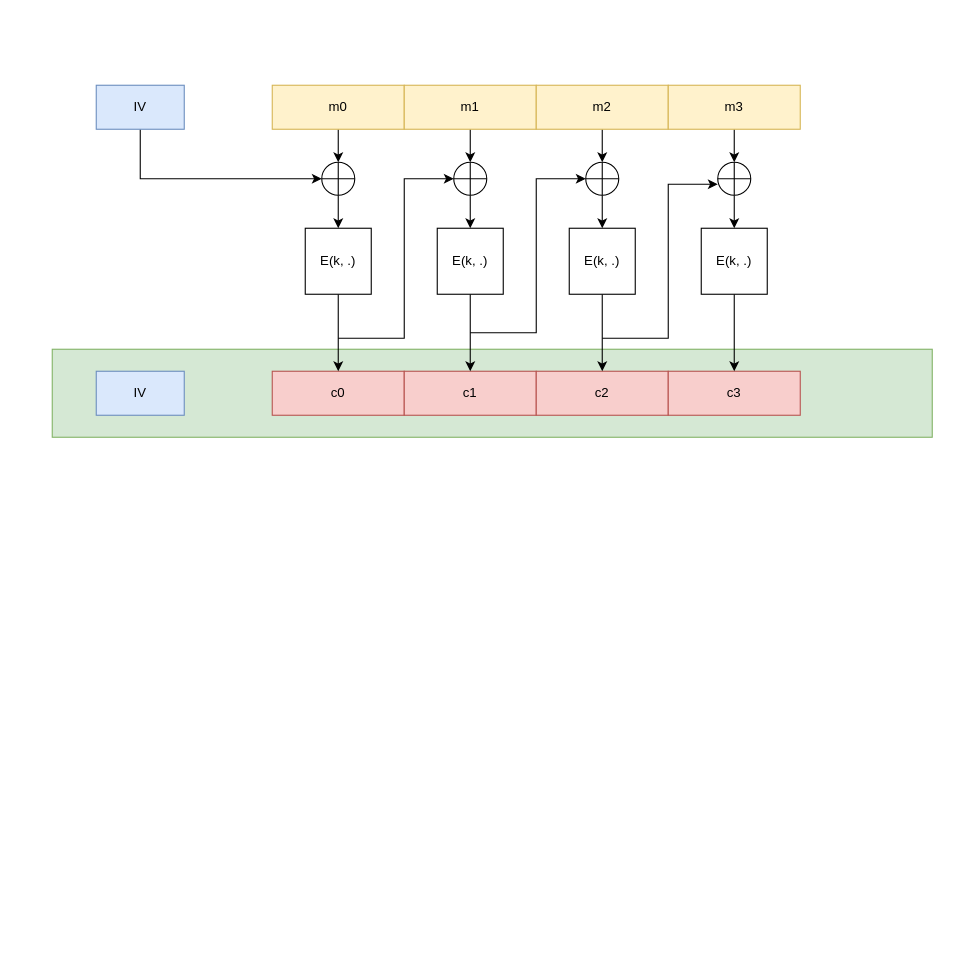
The draw.io diagram CBC-Random-IV.drawio in da0p/diagram-notes, before the edit. Source tidied: cells renumbered, new cells numbered last; positions are measured from the earlier drawing's top-left corner, leaving out a move shared by most shapes. Both pictures are drawn from the tidied source at 110%, with x=0, y=0 at pixel (52, 85).
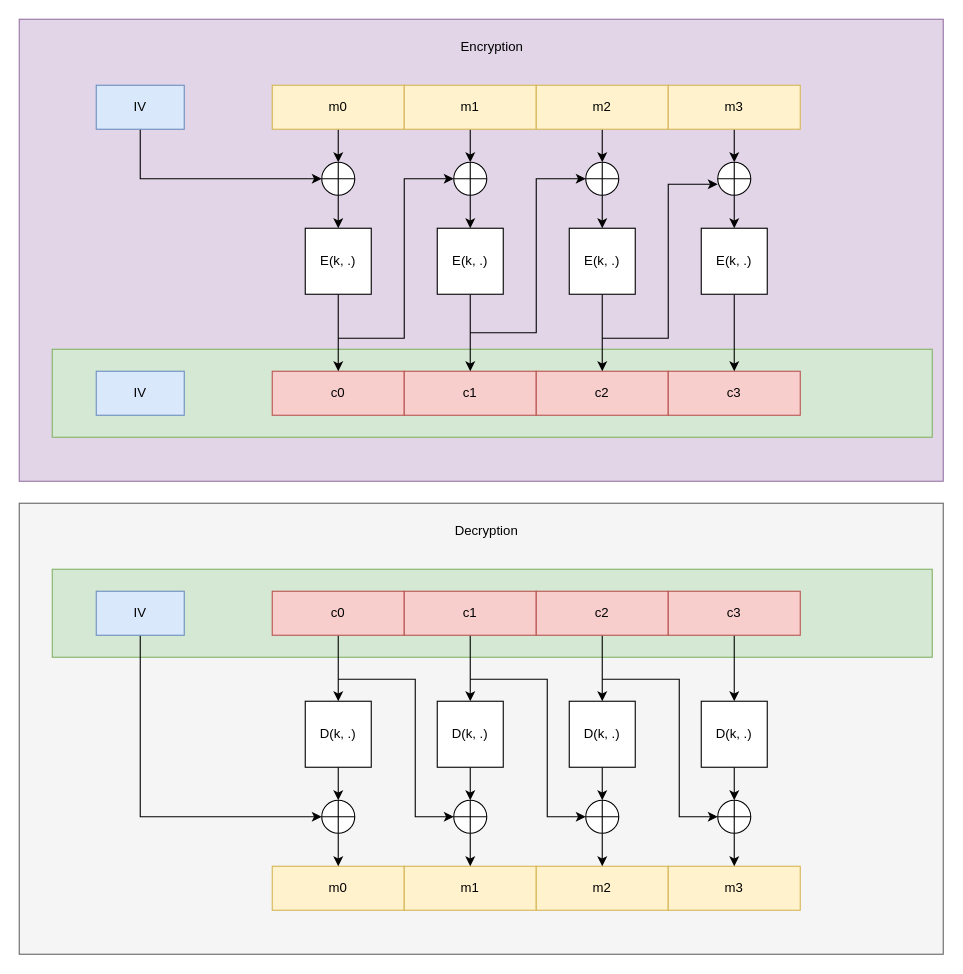
The same page after the edit.

Diff of the diagram source:
```diff
@@
+    <mxCell id="37" style="text;html=1;align=center;verticalAlign=middle;whiteSpace=wrap;rounded=0;fillColor=#e1d5e7;strokeColor=#9673a6;" parent="1" vertex="1">
+      <mxGeometry x="-30" y="-60" width="840" height="420" as="geometry" />
+    </mxCell>
+    <mxCell id="38" style="text;html=1;align=center;verticalAlign=middle;whiteSpace=wrap;rounded=0;fillColor=#f5f5f5;strokeColor=#666666;fontColor=#333333;" parent="1" vertex="1">
+      <mxGeometry x="-30" y="380" width="840" height="410" as="geometry" />
+    </mxCell>
@@
+    <mxCell id="39" value="m0" style="rounded=0;whiteSpace=wrap;html=1;fillColor=#fff2cc;strokeColor=#d6b656;" parent="1" vertex="1">
+      <mxGeometry x="200" y="710" width="120" height="40" as="geometry" />
+    </mxCell>
+    <mxCell id="40" value="m1" style="rounded=0;whiteSpace=wrap;html=1;fillColor=#fff2cc;strokeColor=#d6b656;" parent="1" vertex="1">
+      <mxGeometry x="320" y="710" width="120" height="40" as="geometry" />
+    </mxCell>
+    <mxCell id="41" value="m2" style="rounded=0;whiteSpace=wrap;html=1;fillColor=#fff2cc;strokeColor=#d6b656;" parent="1" vertex="1">
+      <mxGeometry x="440" y="710" width="120" height="40" as="geometry" />
+    </mxCell>
+    <mxCell id="42" value="m3" style="rounded=0;whiteSpace=wrap;html=1;fillColor=#fff2cc;strokeColor=#d6b656;" parent="1" vertex="1">
+      <mxGeometry x="560" y="710" width="120" height="40" as="geometry" />
+    </mxCell>
+    <mxCell id="43" style="rounded=0;whiteSpace=wrap;html=1;fillColor=#d5e8d4;strokeColor=#82b366;" parent="1" vertex="1">
+      <mxGeometry y="440" width="800" height="80" as="geometry" />
+    </mxCell>
+    <mxCell id="44" style="edgeStyle=orthogonalEdgeStyle;rounded=0;jettySize=auto;html=1;entryX=0;entryY=0.5;entryDx=0;entryDy=0;" parent="1" edge="1" source="45" target="63">
+      <mxGeometry relative="1" as="geometry">
+        <Array as="points">
+          <mxPoint x="80" y="665" />
+        </Array>
+      </mxGeometry>
+    </mxCell>
+    <mxCell id="45" value="IV" style="rounded=0;whiteSpace=wrap;html=1;fillColor=#dae8fc;strokeColor=#6c8ebf;" parent="1" vertex="1">
+      <mxGeometry x="40" y="460" width="80" height="40" as="geometry" />
+    </mxCell>
+    <mxCell id="46" style="edgeStyle=orthogonalEdgeStyle;rounded=0;jettySize=auto;html=1;" parent="1" edge="1" source="47" target="55">
+      <mxGeometry relative="1" as="geometry" />
+    </mxCell>
+    <mxCell id="47" value="c0" style="rounded=0;whiteSpace=wrap;html=1;fillColor=#f8cecc;strokeColor=#b85450;" parent="1" vertex="1">
+      <mxGeometry x="200" y="460" width="120" height="40" as="geometry" />
+    </mxCell>
+    <mxCell id="48" style="edgeStyle=orthogonalEdgeStyle;rounded=0;jettySize=auto;html=1;" parent="1" edge="1" source="49" target="57">
+      <mxGeometry relative="1" as="geometry" />
+    </mxCell>
+    <mxCell id="49" value="c1" style="rounded=0;whiteSpace=wrap;html=1;fillColor=#f8cecc;strokeColor=#b85450;" parent="1" vertex="1">
+      <mxGeometry x="320" y="460" width="120" height="40" as="geometry" />
+    </mxCell>
+    <mxCell id="50" style="edgeStyle=orthogonalEdgeStyle;rounded=0;jettySize=auto;html=1;" parent="1" edge="1" source="51" target="59">
+      <mxGeometry relative="1" as="geometry" />
+    </mxCell>
+    <mxCell id="51" value="c2" style="rounded=0;whiteSpace=wrap;html=1;fillColor=#f8cecc;strokeColor=#b85450;" parent="1" vertex="1">
+      <mxGeometry x="440" y="460" width="120" height="40" as="geometry" />
+    </mxCell>
+    <mxCell id="52" style="edgeStyle=orthogonalEdgeStyle;rounded=0;jettySize=auto;html=1;" parent="1" edge="1" source="53" target="61">
+      <mxGeometry relative="1" as="geometry" />
+    </mxCell>
+    <mxCell id="53" value="c3" style="rounded=0;whiteSpace=wrap;html=1;fillColor=#f8cecc;strokeColor=#b85450;" parent="1" vertex="1">
+      <mxGeometry x="560" y="460" width="120" height="40" as="geometry" />
+    </mxCell>
+    <mxCell id="54" style="edgeStyle=orthogonalEdgeStyle;rounded=0;jettySize=auto;html=1;" parent="1" edge="1" source="55" target="63">
+      <mxGeometry relative="1" as="geometry" />
+    </mxCell>
+    <mxCell id="55" value="D(k, .)" style="rounded=0;whiteSpace=wrap;html=1;" parent="1" vertex="1">
+      <mxGeometry x="230" y="560" width="60" height="60" as="geometry" />
+    </mxCell>
+    <mxCell id="56" style="edgeStyle=orthogonalEdgeStyle;rounded=0;jettySize=auto;html=1;" parent="1" edge="1" source="57" target="65">
+      <mxGeometry relative="1" as="geometry" />
+    </mxCell>
+    <mxCell id="57" value="D(k, .)" style="rounded=0;whiteSpace=wrap;html=1;" parent="1" vertex="1">
+      <mxGeometry x="350" y="560" width="60" height="60" as="geometry" />
+    </mxCell>
+    <mxCell id="58" style="edgeStyle=orthogonalEdgeStyle;rounded=0;jettySize=auto;html=1;" parent="1" edge="1" source="59" target="67">
+      <mxGeometry relative="1" as="geometry" />
+    </mxCell>
+    <mxCell id="59" value="D(k, .)" style="rounded=0;whiteSpace=wrap;html=1;" parent="1" vertex="1">
+      <mxGeometry x="470" y="560" width="60" height="60" as="geometry" />
+    </mxCell>
+    <mxCell id="60" style="edgeStyle=orthogonalEdgeStyle;rounded=0;jettySize=auto;html=1;" parent="1" edge="1" source="61" target="69">
+      <mxGeometry relative="1" as="geometry" />
+    </mxCell>
+    <mxCell id="61" value="D(k, .)" style="rounded=0;whiteSpace=wrap;html=1;" parent="1" vertex="1">
+      <mxGeometry x="590" y="560" width="60" height="60" as="geometry" />
+    </mxCell>
+    <mxCell id="62" style="edgeStyle=orthogonalEdgeStyle;rounded=0;jettySize=auto;html=1;" parent="1" edge="1" source="63" target="39">
+      <mxGeometry relative="1" as="geometry" />
+    </mxCell>
+    <mxCell id="63" style="shape=orEllipse;perimeter=ellipsePerimeter;whiteSpace=wrap;html=1;backgroundOutline=1;" parent="1" vertex="1">
+      <mxGeometry x="245" y="650" width="30" height="30" as="geometry" />
+    </mxCell>
+    <mxCell id="64" style="edgeStyle=orthogonalEdgeStyle;rounded=0;jettySize=auto;html=1;" parent="1" edge="1" source="65" target="40">
+      <mxGeometry relative="1" as="geometry" />
+    </mxCell>
+    <mxCell id="65" style="shape=orEllipse;perimeter=ellipsePerimeter;whiteSpace=wrap;html=1;backgroundOutline=1;" parent="1" vertex="1">
+      <mxGeometry x="365" y="650" width="30" height="30" as="geometry" />
+    </mxCell>
+    <mxCell id="66" style="edgeStyle=orthogonalEdgeStyle;rounded=0;jettySize=auto;html=1;" parent="1" edge="1" source="67" target="41">
+      <mxGeometry relative="1" as="geometry" />
+    </mxCell>
+    <mxCell id="67" style="shape=orEllipse;perimeter=ellipsePerimeter;whiteSpace=wrap;html=1;backgroundOutline=1;" parent="1" vertex="1">
+      <mxGeometry x="485" y="650" width="30" height="30" as="geometry" />
+    </mxCell>
+    <mxCell id="68" style="edgeStyle=orthogonalEdgeStyle;rounded=0;jettySize=auto;html=1;" parent="1" edge="1" source="69" target="42">
+      <mxGeometry relative="1" as="geometry" />
+    </mxCell>
+    <mxCell id="69" style="shape=orEllipse;perimeter=ellipsePerimeter;whiteSpace=wrap;html=1;backgroundOutline=1;" parent="1" vertex="1">
+      <mxGeometry x="605" y="650" width="30" height="30" as="geometry" />
+    </mxCell>
+    <mxCell id="70" style="endArrow=classic;html=1;rounded=0;entryX=0;entryY=0.5;entryDx=0;entryDy=0;" parent="1" edge="1" target="65">
+      <mxGeometry relative="1" as="geometry">
+        <mxPoint x="260" y="540" as="sourcePoint" />
+        <Array as="points">
+          <mxPoint x="330" y="540" />
+          <mxPoint x="330" y="665" />
+        </Array>
+      </mxGeometry>
+    </mxCell>
+    <mxCell id="71" style="endArrow=classic;html=1;rounded=0;entryX=0;entryY=0.5;entryDx=0;entryDy=0;" parent="1" edge="1">
+      <mxGeometry relative="1" as="geometry">
+        <mxPoint x="380" y="540" as="sourcePoint" />
+        <mxPoint x="485" y="665" as="targetPoint" />
+        <Array as="points">
+          <mxPoint x="450" y="540" />
+          <mxPoint x="450" y="665" />
+        </Array>
+      </mxGeometry>
+    </mxCell>
+    <mxCell id="72" style="endArrow=classic;html=1;rounded=0;entryX=0;entryY=0.5;entryDx=0;entryDy=0;" parent="1" edge="1">
+      <mxGeometry relative="1" as="geometry">
+        <mxPoint x="500" y="540" as="sourcePoint" />
+        <mxPoint x="605" y="665" as="targetPoint" />
+        <Array as="points">
+          <mxPoint x="570" y="540" />
+          <mxPoint x="570" y="665" />
+        </Array>
+      </mxGeometry>
+    </mxCell>
+    <mxCell id="73" value="Decryption" style="text;html=1;align=center;verticalAlign=middle;whiteSpace=wrap;rounded=0;" parent="1" vertex="1">
+      <mxGeometry x="365" y="390" width="60" height="30" as="geometry" />
+    </mxCell>
+    <mxCell id="74" value="Encryption" style="text;html=1;align=center;verticalAlign=middle;whiteSpace=wrap;rounded=0;" parent="1" vertex="1">
+      <mxGeometry x="370" y="-50" width="60" height="30" as="geometry" />
+    </mxCell>
```
